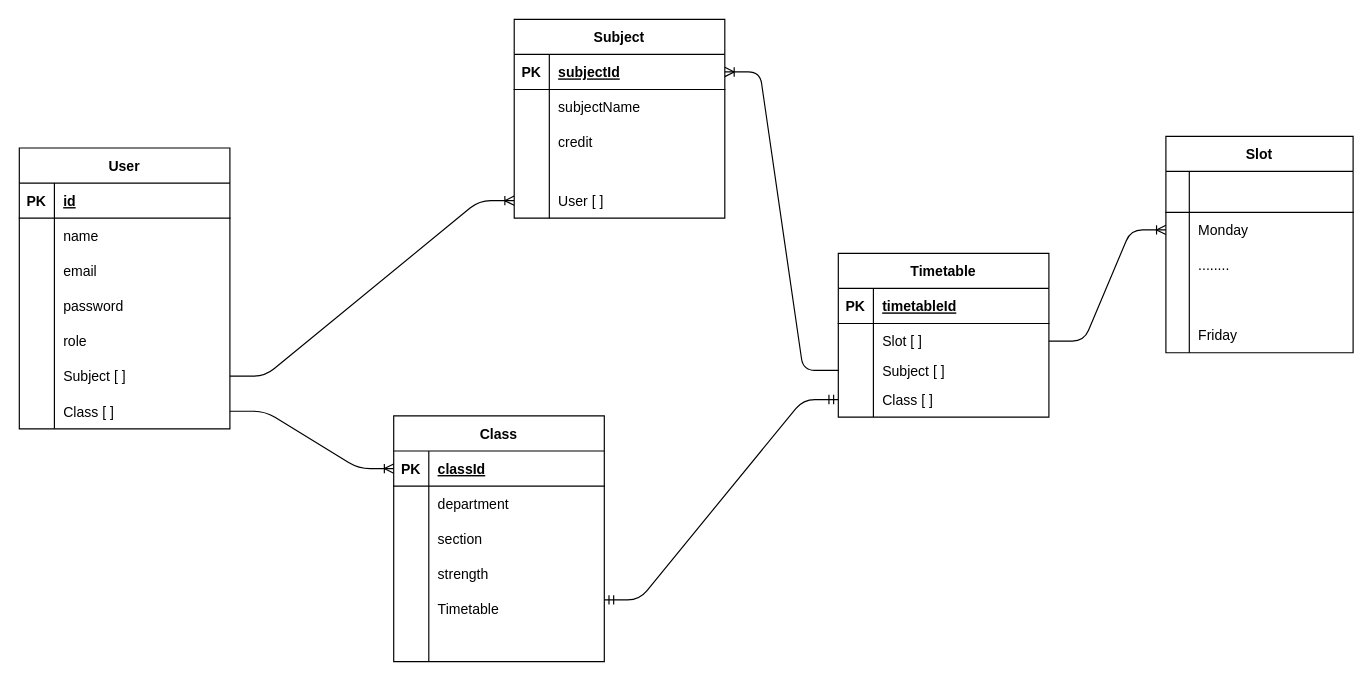
This is Frontend/src/UML/entity.drawio from Vikram05vikky/Automatic_TT_Generator, a draw.io file, before an edit. Source tidied: cells renumbered, new cells numbered last; positions are measured from the earlier drawing's top-left corner, leaving out a move shared by most shapes. Both pictures are drawn from the tidied source at 117%, with x=0, y=0 at pixel (19, 19).
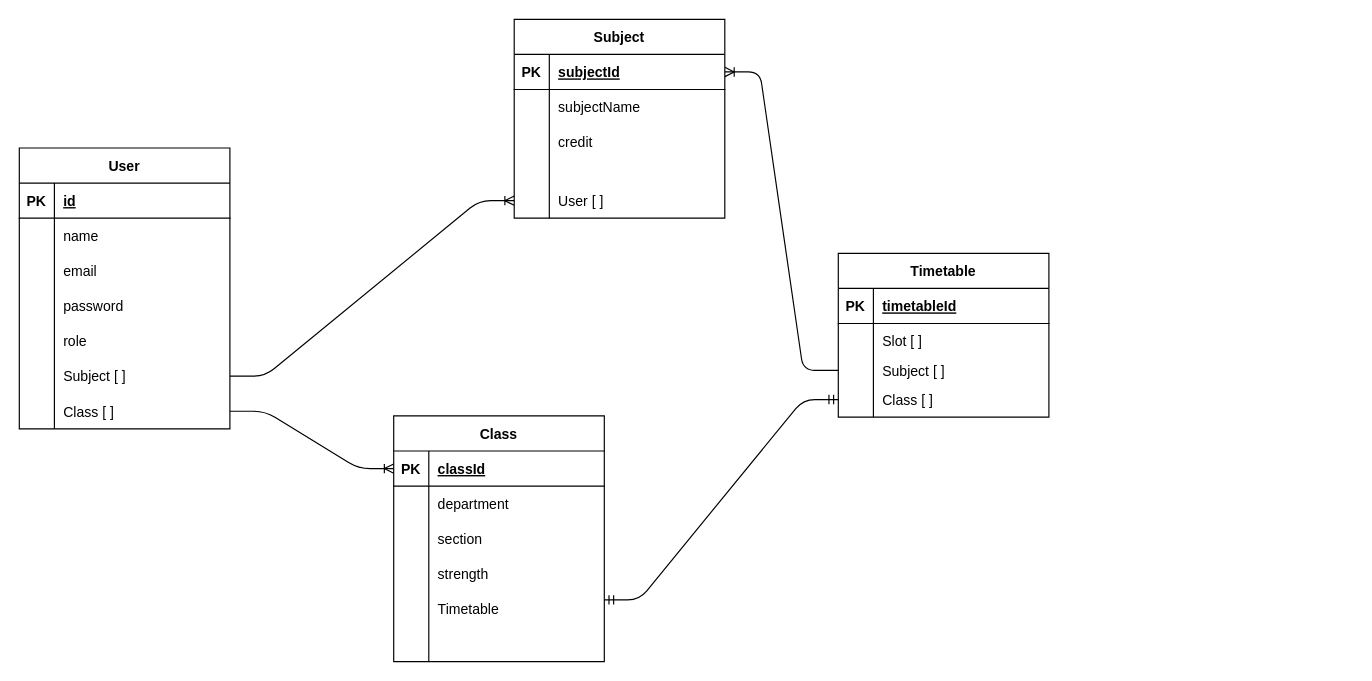
Above is the later version.

Unchanged cells that the change refers to:
```xml
<mxCell id="63" style="shape=tableRow;horizontal=0;startSize=0;swimlaneHead=0;swimlaneBody=0;fillColor=none;points=[[0,0.5],[1,0.5]];portConstraint=eastwest;top=0;left=0;right=0;bottom=0;" parent="59" vertex="1">
  <mxGeometry y="60" width="180" height="30" as="geometry" />
</mxCell>
```

What changed in the source:
```diff
@@
-    <mxCell id="75" value="Slot" style="shape=table;startSize=30;childLayout=tableLayout;rowLines=0;fontStyle=1;align=center;" parent="1" vertex="1">
-      <mxGeometry x="980" y="100" width="160" height="185" as="geometry" />
-    </mxCell>
-    <mxCell id="76" style="shape=tableRow;horizontal=0;startSize=0;swimlaneHead=0;swimlaneBody=0;fillColor=none;top=0;left=0;right=0;bottom=1;" parent="75" vertex="1">
-      <mxGeometry y="30" width="160" height="35" as="geometry" />
-    </mxCell>
-    <mxCell id="77" style="shape=partialRectangle;fillColor=none;top=0;left=0;bottom=0;right=0;fontStyle=1;overflow=hidden;" parent="76" vertex="1">
-      <mxGeometry width="20" height="35" as="geometry" />
-    </mxCell>
-    <mxCell id="78" style="shape=partialRectangle;fillColor=none;top=0;left=0;bottom=0;right=0;align=left;spacingLeft=6;fontStyle=5;overflow=hidden;" parent="76" vertex="1">
-      <mxGeometry x="20" width="140" height="35" as="geometry" />
-    </mxCell>
-    <mxCell id="79" style="shape=tableRow;horizontal=0;startSize=0;swimlaneHead=0;swimlaneBody=0;fillColor=none;points=[[0,0.5],[1,0.5]];portConstraint=eastwest;top=0;left=0;right=0;bottom=0;" parent="75" vertex="1">
-      <mxGeometry y="65" width="160" height="30" as="geometry" />
-    </mxCell>
-    <mxCell id="80" style="shape=partialRectangle;fillColor=none;top=0;left=0;bottom=0;right=0;overflow=hidden;" parent="79" vertex="1">
-      <mxGeometry width="20" height="30" as="geometry" />
-    </mxCell>
-    <mxCell id="81" value="Monday" style="shape=partialRectangle;fillColor=none;top=0;left=0;bottom=0;right=0;align=left;spacingLeft=6;overflow=hidden;" parent="79" vertex="1">
-      <mxGeometry x="20" width="140" height="30" as="geometry" />
-    </mxCell>
-    <mxCell id="82" style="shape=tableRow;horizontal=0;startSize=0;swimlaneHead=0;swimlaneBody=0;fillColor=none;top=0;left=0;right=0;bottom=0;" parent="75" vertex="1">
-      <mxGeometry y="95" width="160" height="30" as="geometry" />
-    </mxCell>
-    <mxCell id="83" style="shape=partialRectangle;fillColor=none;top=0;left=0;bottom=0;right=0;overflow=hidden;" parent="82" vertex="1">
-      <mxGeometry width="20" height="30" as="geometry" />
-    </mxCell>
-    <mxCell id="84" value="........" style="shape=partialRectangle;fillColor=none;top=0;left=0;bottom=0;right=0;align=left;spacingLeft=6;overflow=hidden;" parent="82" vertex="1">
-      <mxGeometry x="20" width="140" height="30" as="geometry" />
-    </mxCell>
-    <mxCell id="85" style="shape=tableRow;horizontal=0;startSize=0;swimlaneHead=0;swimlaneBody=0;fillColor=none;top=0;left=0;right=0;bottom=0;" parent="75" vertex="1">
-      <mxGeometry y="125" width="160" height="30" as="geometry" />
-    </mxCell>
-    <mxCell id="86" style="shape=partialRectangle;fillColor=none;top=0;left=0;bottom=0;right=0;overflow=hidden;" parent="85" vertex="1">
-      <mxGeometry width="20" height="30" as="geometry" />
-    </mxCell>
-    <mxCell id="87" style="shape=partialRectangle;fillColor=none;top=0;left=0;bottom=0;right=0;align=left;spacingLeft=6;overflow=hidden;" parent="85" vertex="1">
-      <mxGeometry x="20" width="140" height="30" as="geometry" />
-    </mxCell>
-    <mxCell id="88" style="shape=tableRow;horizontal=0;startSize=0;swimlaneHead=0;swimlaneBody=0;fillColor=none;top=0;left=0;right=0;bottom=0;" parent="75" vertex="1">
-      <mxGeometry y="155" width="160" height="30" as="geometry" />
-    </mxCell>
-    <mxCell id="89" style="shape=partialRectangle;fillColor=none;top=0;left=0;bottom=0;right=0;overflow=hidden;" parent="88" vertex="1">
-      <mxGeometry width="20" height="30" as="geometry" />
-    </mxCell>
-    <mxCell id="90" value="Friday" style="shape=partialRectangle;fillColor=none;top=0;left=0;bottom=0;right=0;align=left;spacingLeft=6;overflow=hidden;" parent="88" vertex="1">
-      <mxGeometry x="20" width="140" height="30" as="geometry" />
-    </mxCell>
-    <mxCell id="91" style="edgeStyle=entityRelationEdgeStyle;fontSize=12;html=1;endArrow=ERoneToMany;exitX=1;exitY=0.5;exitDx=0;exitDy=0;entryX=0;entryY=0.5;entryDx=0;entryDy=0;" parent="1" edge="1" source="63" target="79">
-      <mxGeometry relative="1" as="geometry" />
-    </mxCell>
```
